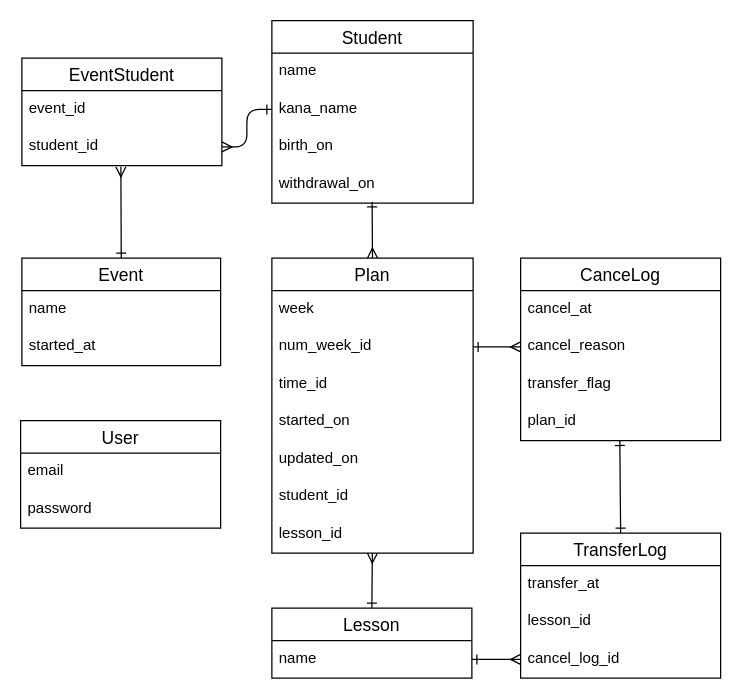
Earlier version of the draw.io diagram ER.dio (minidebu/classboard2). Source tidied: cells renumbered, new cells numbered last; positions are measured from the earlier drawing's top-left corner, leaving out a move shared by most shapes. Both pictures are drawn from the tidied source at 125%, with x=0, y=0 at pixel (20, 20).
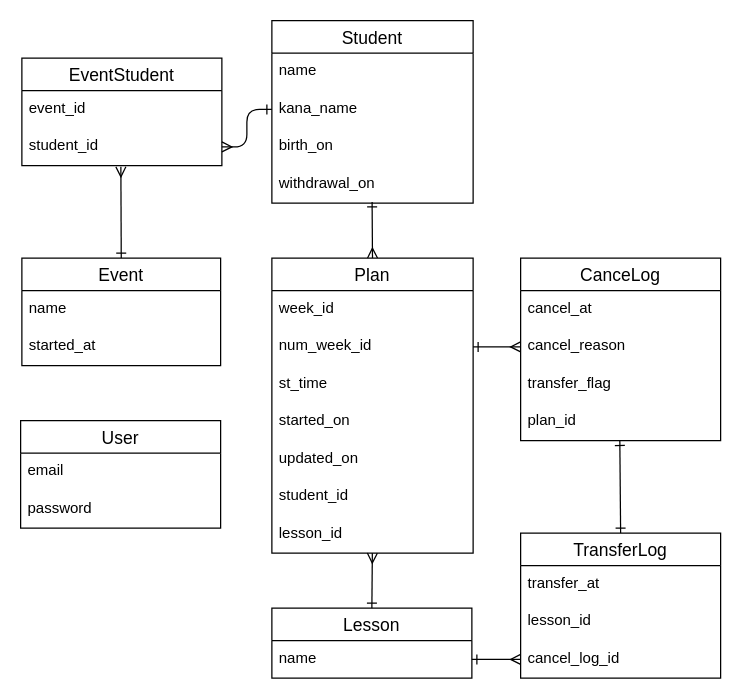
Above is the later version.

The change refers to these unchanged cells:
```xml
<mxCell id="11" value="Plan" style="swimlane;fontStyle=0;horizontal=1;startSize=26;align=center;fontSize=14;" parent="1" vertex="1">
  <mxGeometry x="201" y="190" width="161" height="236" as="geometry" />
</mxCell>
```

The edit, as a diff of the source:
```diff
@@
-    <mxCell id="12" value="week" style="text;strokeColor=none;fillColor=none;spacingLeft=4;spacingRight=4;overflow=hidden;fontSize=12;" parent="11" vertex="1">
+    <mxCell id="12" value="week_id" style="text;strokeColor=none;fillColor=none;spacingLeft=4;spacingRight=4;overflow=hidden;fontSize=12;" parent="11" vertex="1">
       <mxGeometry y="26" width="161" height="30" as="geometry" />
     </mxCell>
@@
-    <mxCell id="14" value="time_id" style="text;strokeColor=none;fillColor=none;spacingLeft=4;spacingRight=4;overflow=hidden;fontSize=12;" parent="11" vertex="1">
+    <mxCell id="14" value="st_time" style="text;strokeColor=none;fillColor=none;spacingLeft=4;spacingRight=4;overflow=hidden;fontSize=12;" parent="11" vertex="1">
       <mxGeometry y="86" width="161" height="30" as="geometry" />
     </mxCell>
```
